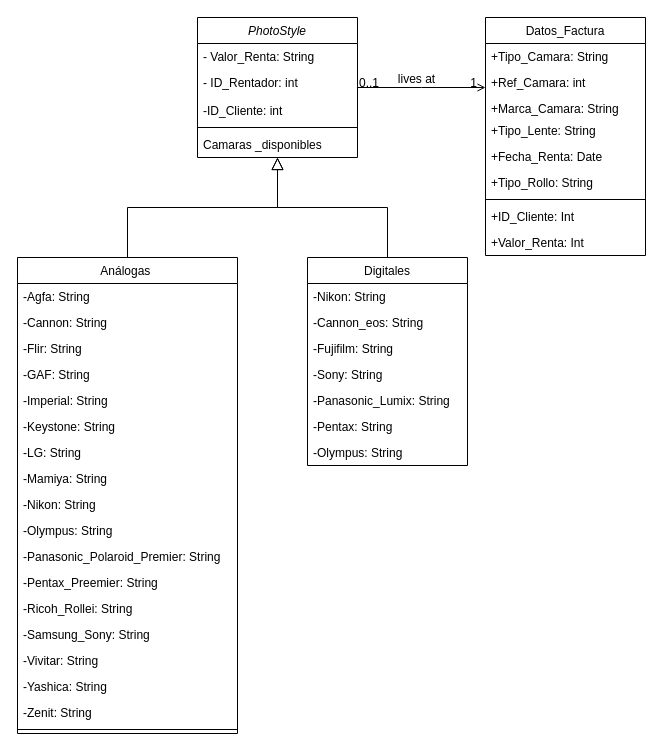
The draw.io diagram RentaDiagram.drawio in DarioChavez20/Taller-UML, before the edit. Source tidied: cells renumbered, new cells numbered last; positions are measured from the earlier drawing's top-left corner, leaving out a move shared by most shapes. Both pictures are drawn from the tidied source at 100%, with x=0, y=0 at pixel (17, 17).
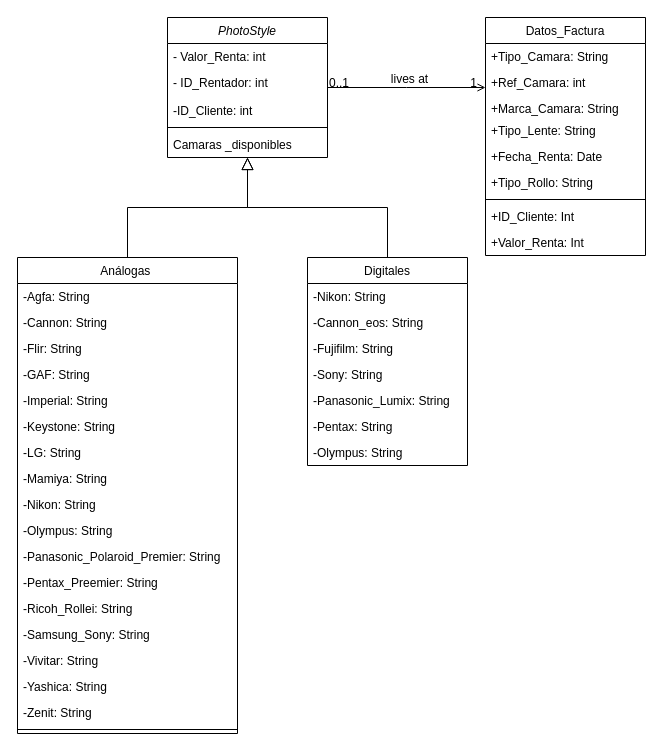
The same diagram, later.

What changed in the source:
```diff
@@
     <mxCell id="2" value="PhotoStyle" style="swimlane;fontStyle=2;align=center;verticalAlign=top;horizontal=1;startSize=26;rounded=0;shadow=0;strokeWidth=1;" parent="1" vertex="1">
-      <mxGeometry x="180" width="160" height="140" as="geometry" />
+      <mxGeometry x="150" width="160" height="140" as="geometry" />
     </mxCell>
-    <mxCell id="3" value="- Valor_Renta: String" style="text;align=left;verticalAlign=top;spacingLeft=4;spacingRight=4;overflow=hidden;" parent="2" vertex="1">
+    <mxCell id="3" value="- Valor_Renta: int" style="text;align=left;verticalAlign=top;spacingLeft=4;spacingRight=4;overflow=hidden;" parent="2" vertex="1">
       <mxGeometry y="26" width="160" height="26" as="geometry" />
     </mxCell>
```
